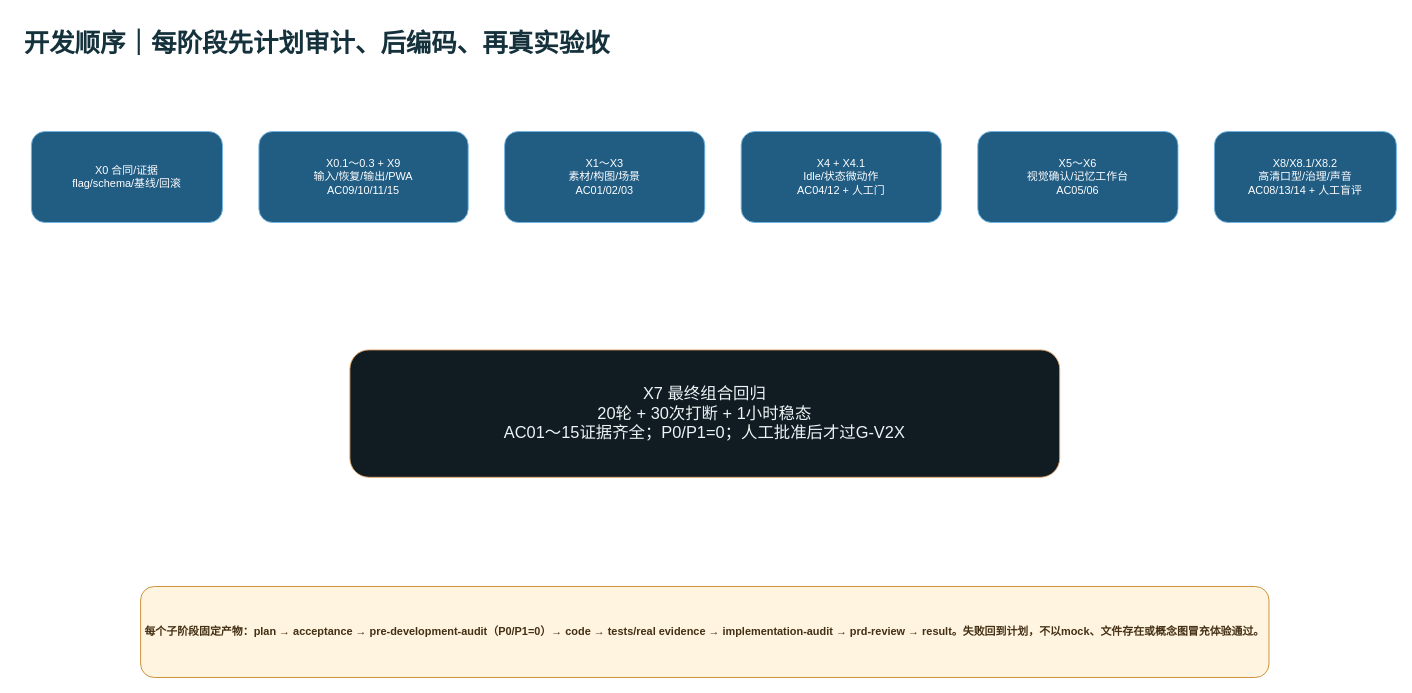
ljx418/cyberWife keeps this draw.io diagram as page "06-开发顺序与里程碑" (6 of 8) of docs/architecture/v2-x-gap.drawio. Above is the earlier version. Source tidied: cells renumbered, new cells numbered last; positions are measured from the earlier drawing's top-left corner, leaving out a move shared by most shapes. Both pictures are drawn from the tidied source at 91%, with x=0, y=0 at pixel (22, 22).
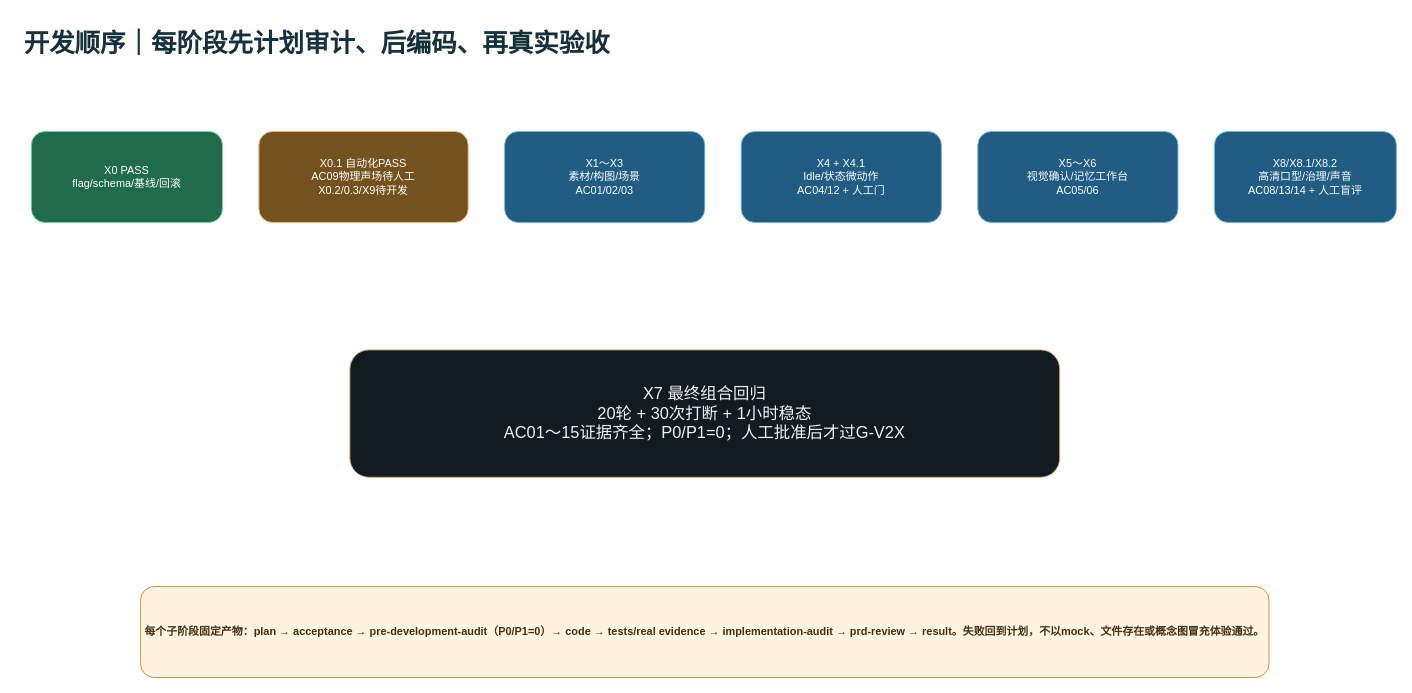
The same diagram, later.

Change to the diagram source:
```diff
@@
 <mxGraphModel>
   <root>
     <mxCell id="0" />
     <mxCell id="1" parent="0" />
     <mxCell id="2" value="开发顺序｜每阶段先计划审计、后编码、再真实验收" style="text;html=1;fontSize=28;fontStyle=1;fontColor=#15313B;" parent="1" vertex="1">
       <mxGeometry width="1300" height="50" as="geometry" />
     </mxCell>
-    <mxCell id="3" value="X0 合同/证据&#10;flag/schema/基线/回滚" style="rounded=1;whiteSpace=wrap;html=1;fillColor=#215C83;strokeColor=#71B7E6;fontColor=#FFFFFF;" parent="1" vertex="1">
+    <mxCell id="3" value="X0 PASS&#10;flag/schema/基线/回滚" style="rounded=1;whiteSpace=wrap;html=1;fillColor=#1F6B4A;strokeColor=#6ED39C;fontColor=#FFFFFF;" parent="1" vertex="1">
       <mxGeometry x="10" y="120" width="210" height="100" as="geometry" />
     </mxCell>
-    <mxCell id="4" value="X0.1～0.3 + X9&#10;输入/恢复/输出/PWA&#10;AC09/10/11/15" style="rounded=1;whiteSpace=wrap;html=1;fillColor=#215C83;strokeColor=#71B7E6;fontColor=#FFFFFF;" parent="1" vertex="1">
+    <mxCell id="4" value="X0.1 自动化PASS&#10;AC09物理声场待人工&#10;X0.2/0.3/X9待开发" style="rounded=1;whiteSpace=wrap;html=1;fillColor=#73521F;strokeColor=#F2BD6B;fontColor=#FFFFFF;" parent="1" vertex="1">
       <mxGeometry x="260" y="120" width="230" height="100" as="geometry" />
     </mxCell>
     <mxCell id="5" value="X1～X3&#10;素材/构图/场景&#10;AC01/02/03" style="rounded=1;whiteSpace=wrap;html=1;fillColor=#215C83;strokeColor=#71B7E6;fontColor=#FFFFFF;" parent="1" vertex="1">
       <mxGeometry x="530" y="120" width="220" height="100" as="geometry" />
     </mxCell>
     <mxCell id="6" value="X4 + X4.1&#10;Idle/状态微动作&#10;AC04/12 + 人工门" style="rounded=1;whiteSpace=wrap;html=1;fillColor=#215C83;strokeColor=#71B7E6;fontColor=#FFFFFF;" parent="1" vertex="1">
       <mxGeometry x="790" y="120" width="220" height="100" as="geometry" />
     </mxCell>
     <mxCell id="7" value="X5～X6&#10;视觉确认/记忆工作台&#10;AC05/06" style="rounded=1;whiteSpace=wrap;html=1;fillColor=#215C83;strokeColor=#71B7E6;fontColor=#FFFFFF;" parent="1" vertex="1">
       <mxGeometry x="1050" y="120" width="220" height="100" as="geometry" />
     </mxCell>
     <mxCell id="8" value="X8/X8.1/X8.2&#10;高清口型/治理/声音&#10;AC08/13/14 + 人工盲评" style="rounded=1;whiteSpace=wrap;html=1;fillColor=#215C83;strokeColor=#71B7E6;fontColor=#FFFFFF;" parent="1" vertex="1">
       <mxGeometry x="1310" y="120" width="200" height="100" as="geometry" />
     </mxCell>
     <mxCell id="9" value="X7 最终组合回归&#10;20轮 + 30次打断 + 1小时稳态&#10;AC01～15证据齐全；P0/P1=0；人工批准后才过G-V2X" style="rounded=1;whiteSpace=wrap;html=1;fillColor=#101B22;strokeColor=#E4A668;fontColor=#EDF4F5;fontSize=18;" parent="1" vertex="1">
       <mxGeometry x="360" y="360" width="780" height="140" as="geometry" />
     </mxCell>
     <mxCell id="10" value="每个子阶段固定产物：plan → acceptance → pre-development-audit（P0/P1=0）→ code → tests/real evidence → implementation-audit → prd-review → result。失败回到计划，不以mock、文件存在或概念图冒充体验通过。" style="rounded=1;whiteSpace=wrap;html=1;fillColor=#FFF4DF;strokeColor=#C8892E;fontColor=#432F14;fontStyle=1;" parent="1" vertex="1">
       <mxGeometry x="130" y="620" width="1240" height="100" as="geometry" />
     </mxCell>
     <mxCell id="11" style="edgeStyle=orthogonalEdgeStyle;endArrow=block;" parent="1" edge="1" source="3" target="4" />
     <mxCell id="12" style="edgeStyle=orthogonalEdgeStyle;endArrow=block;" parent="1" edge="1" source="4" target="5" />
     <mxCell id="13" style="edgeStyle=orthogonalEdgeStyle;endArrow=block;" parent="1" edge="1" source="5" target="6" />
     <mxCell id="14" style="edgeStyle=orthogonalEdgeStyle;endArrow=block;" parent="1" edge="1" source="6" target="7" />
     <mxCell id="15" style="edgeStyle=orthogonalEdgeStyle;endArrow=block;" parent="1" edge="1" source="7" target="8" />
     <mxCell id="16" style="edgeStyle=orthogonalEdgeStyle;endArrow=block;" parent="1" edge="1" source="8" target="9" />
   </root>
 </mxGraphModel>
```
